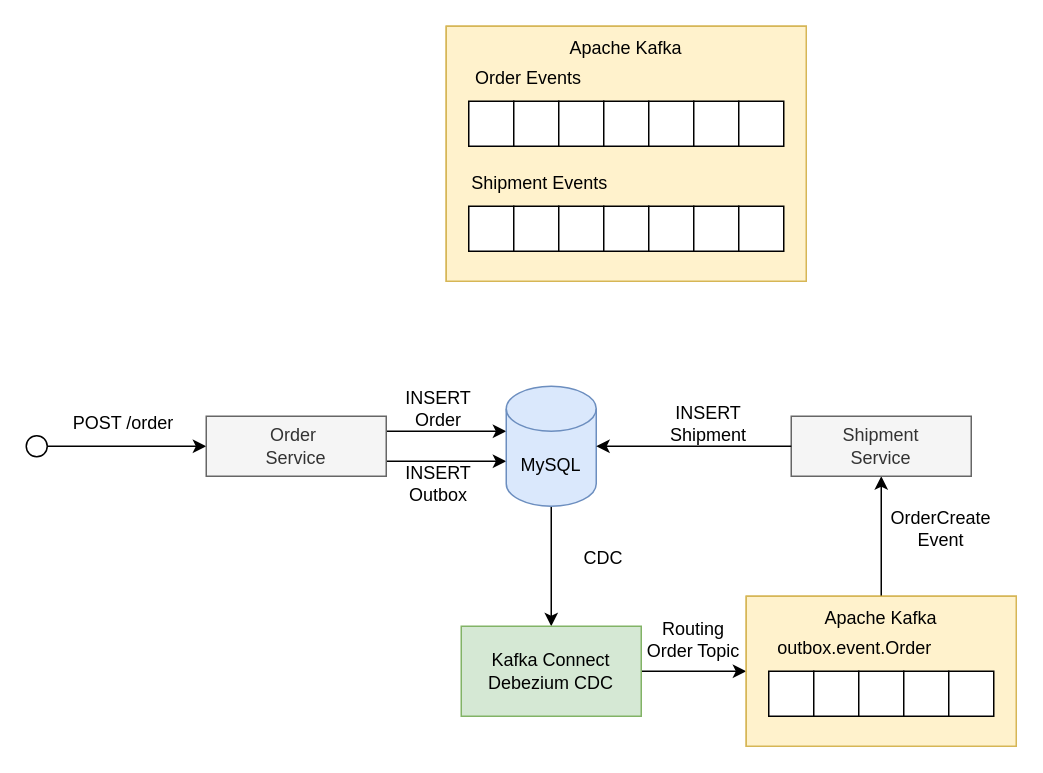
Earlier version of the draw.io diagram drawio/kafka/kafka-cdc-outbox-3.drawio (windowforsun/blog). Source tidied: cells renumbered, new cells numbered last; positions are measured from the earlier drawing's top-left corner, leaving out a move shared by most shapes. Both pictures are drawn from the tidied source at 150%, with x=0, y=0 at pixel (26, 26).
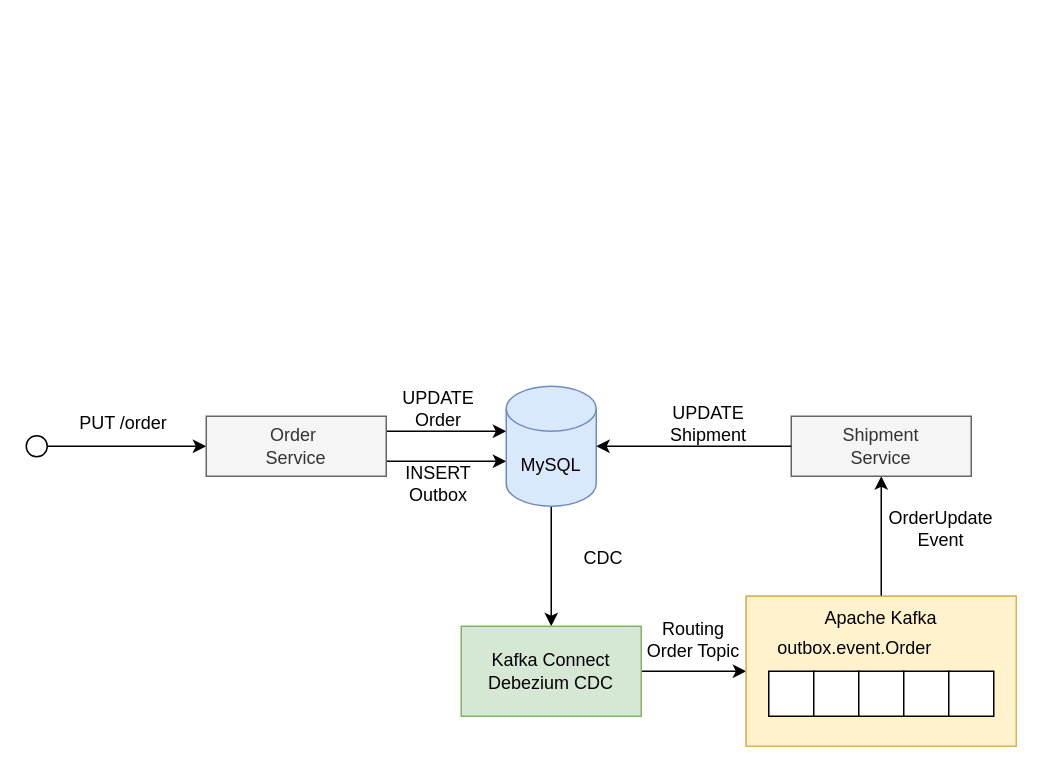
Above is the later version.

The edit, as a diff of the source:
```diff
@@
-    <mxCell id="12" style="group;fillColor=#fff2cc;strokeColor=#d6b656;" parent="1" vertex="1">
-      <mxGeometry x="280" width="240" height="170" as="geometry" />
-    </mxCell>
-    <mxCell id="13" style="rounded=0;whiteSpace=wrap;html=1;fillColor=#fff2cc;strokeColor=#d6b656;" parent="12" vertex="1">
-      <mxGeometry width="240" height="170" as="geometry" />
-    </mxCell>
-    <mxCell id="14" value="Apache Kafka" style="text;html=1;align=center;verticalAlign=middle;whiteSpace=wrap;rounded=0;" parent="12" vertex="1">
-      <mxGeometry x="75" width="90" height="30" as="geometry" />
-    </mxCell>
-    <mxCell id="15" style="group;" parent="12" vertex="1">
-      <mxGeometry x="15" y="50" width="210" height="30" as="geometry" />
-    </mxCell>
-    <mxCell id="16" style="rounded=0;whiteSpace=wrap;html=1;" parent="15" vertex="1">
-      <mxGeometry width="30" height="30" as="geometry" />
-    </mxCell>
-    <mxCell id="17" style="rounded=0;whiteSpace=wrap;html=1;" parent="15" vertex="1">
-      <mxGeometry x="30" width="30" height="30" as="geometry" />
-    </mxCell>
-    <mxCell id="18" style="rounded=0;whiteSpace=wrap;html=1;" parent="15" vertex="1">
-      <mxGeometry x="60" width="30" height="30" as="geometry" />
-    </mxCell>
-    <mxCell id="19" style="rounded=0;whiteSpace=wrap;html=1;" parent="15" vertex="1">
-      <mxGeometry x="90" width="30" height="30" as="geometry" />
-    </mxCell>
-    <mxCell id="20" style="rounded=0;whiteSpace=wrap;html=1;" parent="15" vertex="1">
-      <mxGeometry x="120" width="30" height="30" as="geometry" />
-    </mxCell>
-    <mxCell id="21" style="rounded=0;whiteSpace=wrap;html=1;" parent="15" vertex="1">
-      <mxGeometry x="150" width="30" height="30" as="geometry" />
-    </mxCell>
-    <mxCell id="22" style="rounded=0;whiteSpace=wrap;html=1;" parent="15" vertex="1">
-      <mxGeometry x="180" width="30" height="30" as="geometry" />
-    </mxCell>
-    <mxCell id="23" value="Order Events" style="text;html=1;align=center;verticalAlign=middle;whiteSpace=wrap;rounded=0;" parent="12" vertex="1">
-      <mxGeometry x="15" y="20" width="80" height="30" as="geometry" />
-    </mxCell>
-    <mxCell id="24" style="group;" parent="12" vertex="1">
-      <mxGeometry x="15" y="120" width="210" height="30" as="geometry" />
-    </mxCell>
-    <mxCell id="25" style="rounded=0;whiteSpace=wrap;html=1;" parent="24" vertex="1">
-      <mxGeometry width="30" height="30" as="geometry" />
-    </mxCell>
-    <mxCell id="26" style="rounded=0;whiteSpace=wrap;html=1;" parent="24" vertex="1">
-      <mxGeometry x="30" width="30" height="30" as="geometry" />
-    </mxCell>
-    <mxCell id="27" style="rounded=0;whiteSpace=wrap;html=1;" parent="24" vertex="1">
-      <mxGeometry x="60" width="30" height="30" as="geometry" />
-    </mxCell>
-    <mxCell id="28" style="rounded=0;whiteSpace=wrap;html=1;" parent="24" vertex="1">
-      <mxGeometry x="90" width="30" height="30" as="geometry" />
-    </mxCell>
-    <mxCell id="29" style="rounded=0;whiteSpace=wrap;html=1;" parent="24" vertex="1">
-      <mxGeometry x="120" width="30" height="30" as="geometry" />
-    </mxCell>
-    <mxCell id="30" style="rounded=0;whiteSpace=wrap;html=1;" parent="24" vertex="1">
-      <mxGeometry x="150" width="30" height="30" as="geometry" />
-    </mxCell>
-    <mxCell id="31" style="rounded=0;whiteSpace=wrap;html=1;" parent="24" vertex="1">
-      <mxGeometry x="180" width="30" height="30" as="geometry" />
-    </mxCell>
-    <mxCell id="32" value="Shipment Events" style="text;html=1;align=center;verticalAlign=middle;whiteSpace=wrap;rounded=0;" parent="12" vertex="1">
-      <mxGeometry x="15" y="90" width="95" height="30" as="geometry" />
-    </mxCell>
@@
-    <mxCell id="44" value="POST /order" style="text;html=1;align=center;verticalAlign=middle;whiteSpace=wrap;rounded=0;" parent="1" vertex="1">
+    <mxCell id="44" value="PUT /order" style="text;html=1;align=center;verticalAlign=middle;whiteSpace=wrap;rounded=0;" parent="1" vertex="1">
       <mxGeometry x="30" y="250" width="70" height="30" as="geometry" />
     </mxCell>
-    <mxCell id="45" value="INSERT Order" style="text;html=1;align=center;verticalAlign=middle;whiteSpace=wrap;rounded=0;" parent="1" vertex="1">
+    <mxCell id="45" value="UPDATE Order" style="text;html=1;align=center;verticalAlign=middle;whiteSpace=wrap;rounded=0;" parent="1" vertex="1">
       <mxGeometry x="240" y="240" width="70" height="30" as="geometry" />
     </mxCell>
@@
-    <mxCell id="49" value="OrderCreate&lt;div&gt;Event&lt;/div&gt;" style="text;html=1;align=center;verticalAlign=middle;whiteSpace=wrap;rounded=0;" parent="1" vertex="1">
+    <mxCell id="49" value="OrderUpdate&lt;div&gt;Event&lt;/div&gt;" style="text;html=1;align=center;verticalAlign=middle;whiteSpace=wrap;rounded=0;" parent="1" vertex="1">
       <mxGeometry x="575" y="320" width="70" height="30" as="geometry" />
     </mxCell>
-    <mxCell id="50" value="INSERT&lt;div&gt;Shipment&lt;/div&gt;" style="text;html=1;align=center;verticalAlign=middle;whiteSpace=wrap;rounded=0;" parent="1" vertex="1">
+    <mxCell id="50" value="UPDATE&lt;div&gt;Shipment&lt;/div&gt;" style="text;html=1;align=center;verticalAlign=middle;whiteSpace=wrap;rounded=0;" parent="1" vertex="1">
       <mxGeometry x="420" y="250" width="70" height="30" as="geometry" />
     </mxCell>
```
